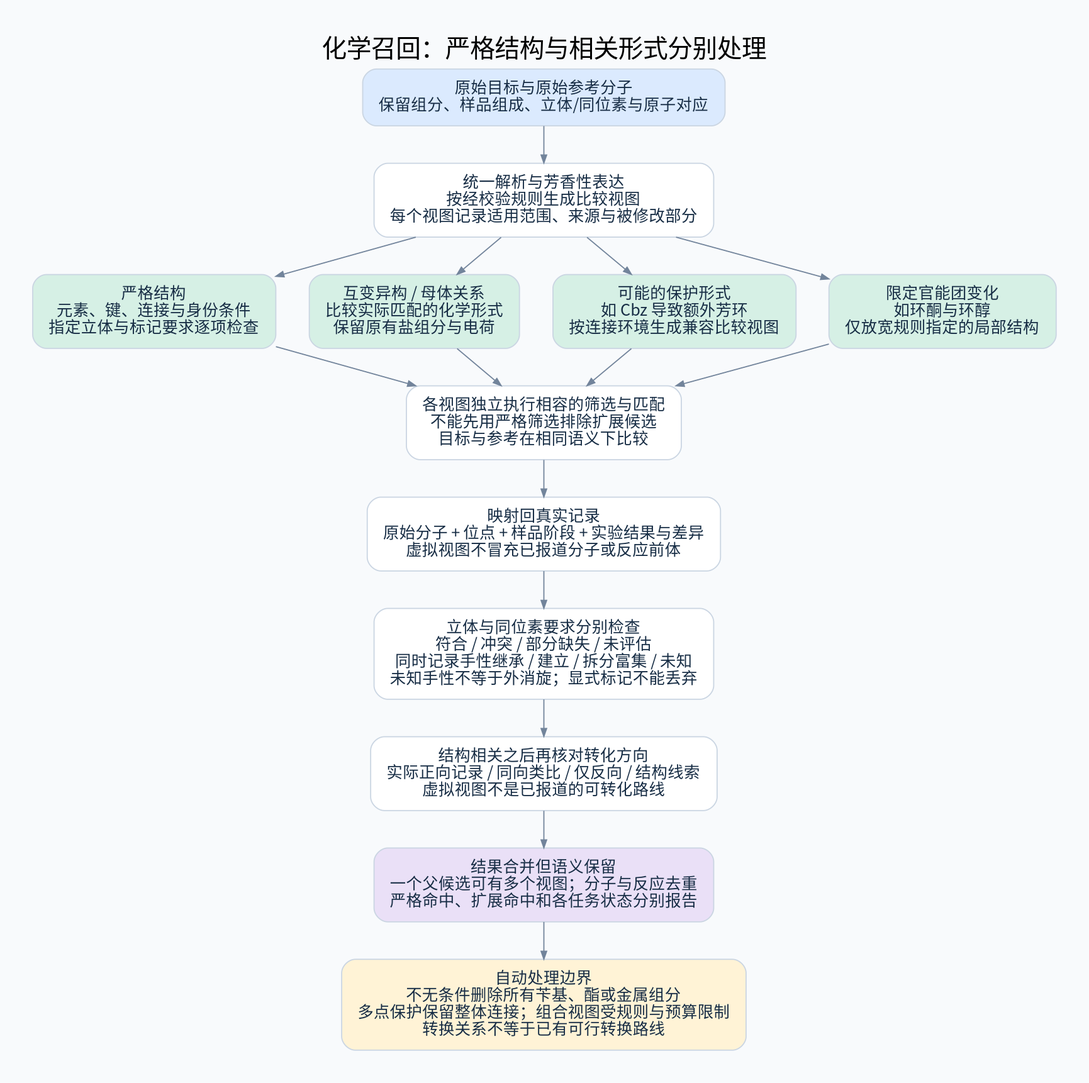
Above: diagrams/chemical-recall.png in 825728139/substructure_search (Graphviz), before the change. Its source is kept beside it as diagrams/chemical-recall.dot.
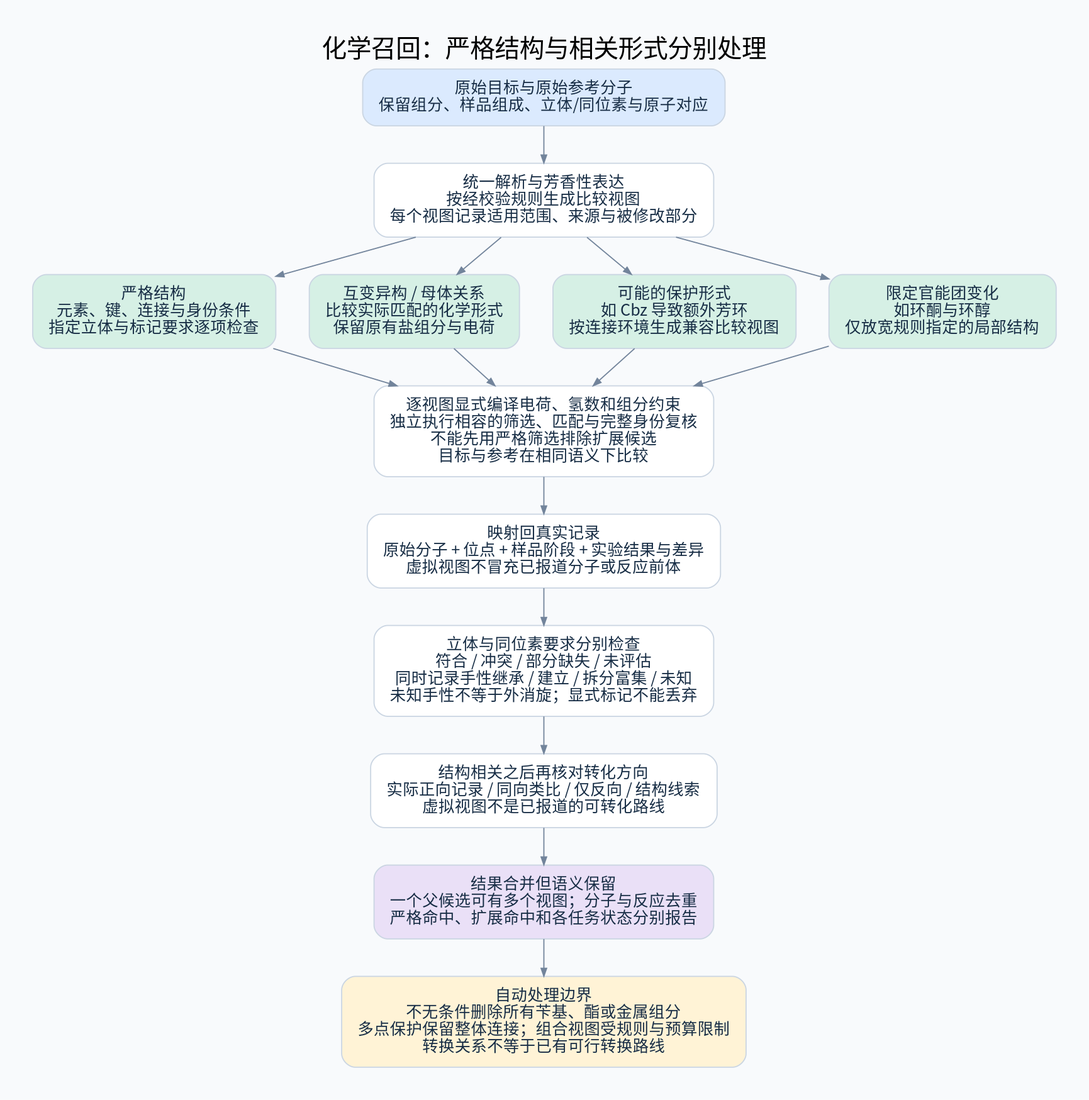
Above is the later version.

What changed in the source:
```diff
@@ -22,7 +22,8 @@
 fg [label="限定官能团变化
 如环酮与环醇
 仅放宽规则指定的局部结构", fillcolor="#D6F0E5"];
-match [label="各视图独立执行相容的筛选与匹配
+match [label="逐视图显式编译电荷、氢数和组分约束
+独立执行相容的筛选、匹配与完整身份复核
 不能先用严格筛选排除扩展候选
 目标与参考在相同语义下比较"];
 back [label="映射回真实记录
```
